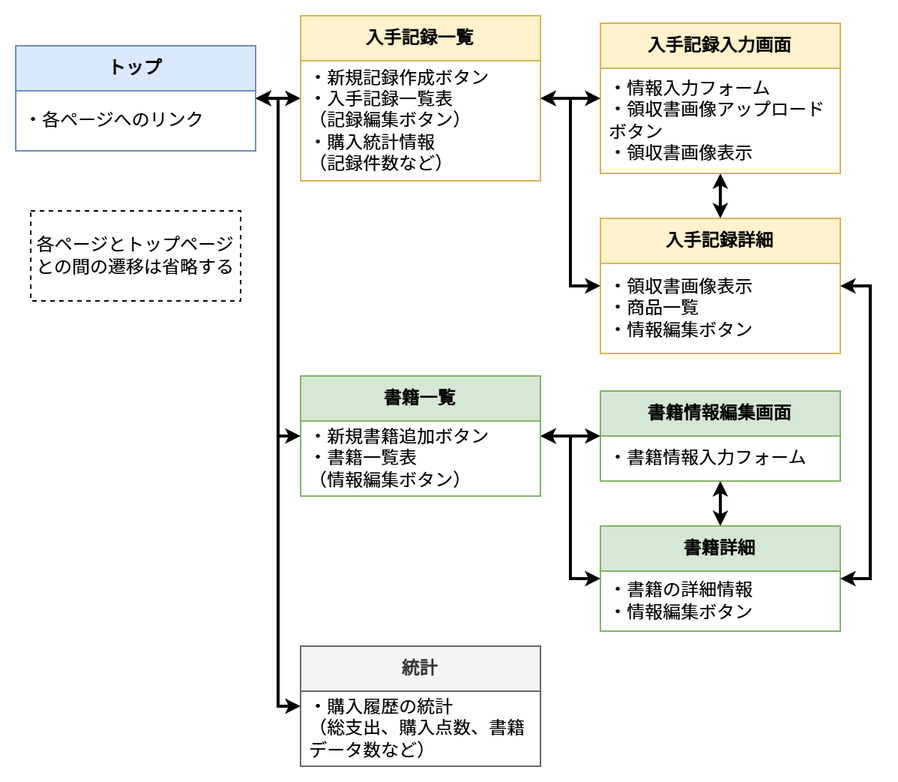
Above: docs/画面遷移図.drawio.png in sm-miki/LivreRecords (draw.io), before the change. Source tidied: cells renumbered, new cells last; positions are measured from the earlier drawing's top-left corner, leaving out a move shared by most shapes.
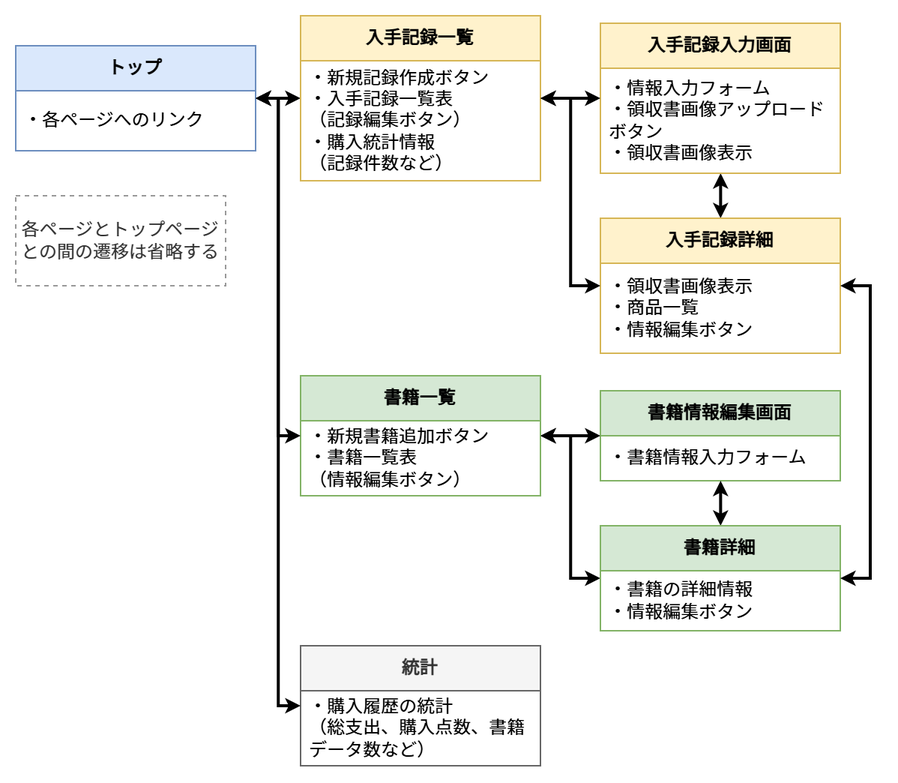
The same file after the commit.

Diff of the diagram source:
```diff
@@ -84,8 +84,8 @@
         </Array>
       </mxGeometry>
     </mxCell>
-    <mxCell id="28" value="各ページとトップページとの間の遷移は省略する" style="text;html=1;align=center;verticalAlign=middle;whiteSpace=wrap;rounded=0;dashed=1;strokeColor=default;" parent="1" vertex="1">
-      <mxGeometry x="10" y="130" width="140" height="60" as="geometry" />
+    <mxCell id="28" value="各ページとトップページとの間の遷移は省略する" style="text;html=1;align=center;verticalAlign=middle;whiteSpace=wrap;rounded=0;dashed=1;strokeColor=#999999;fillColor=none;fontColor=#333333;" parent="1" vertex="1">
+      <mxGeometry y="120" width="140" height="60" as="geometry" />
     </mxCell>
   </root>
 </mxGraphModel>
```
